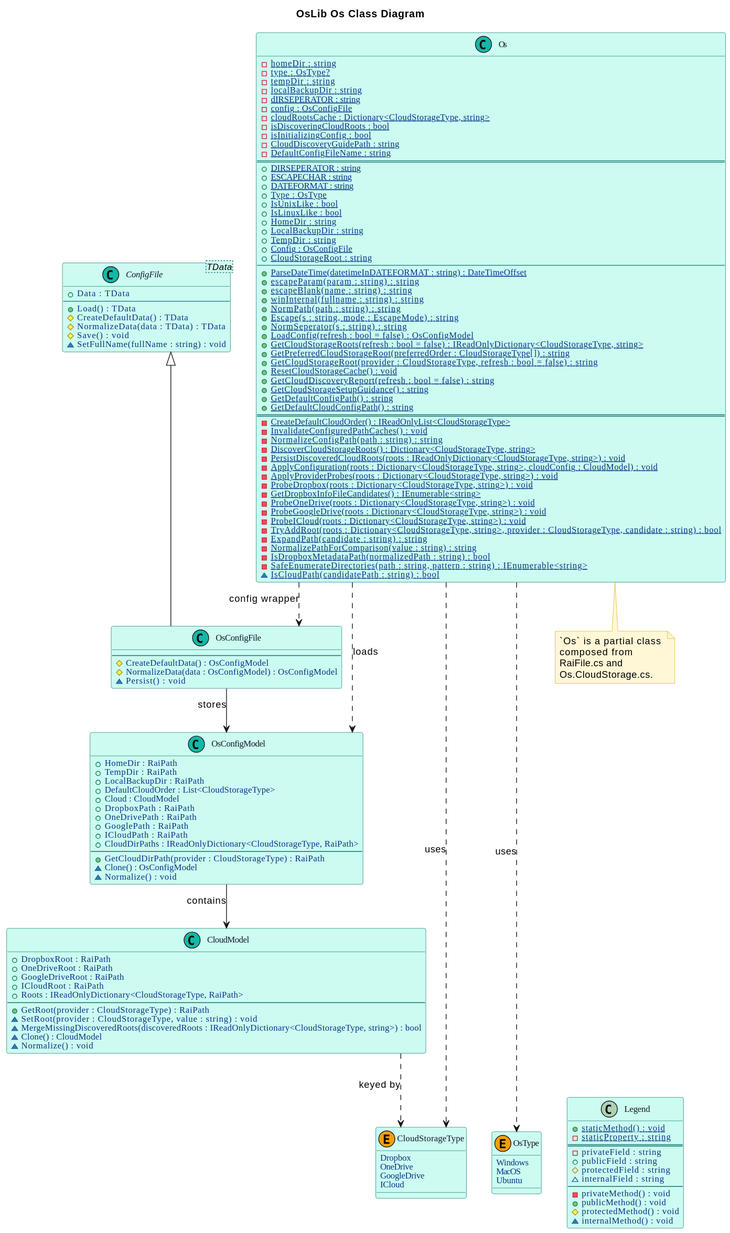
The PlantUML diagram Os-ClassDiagram.svg in Burkhardt/OsLib, before a commit.
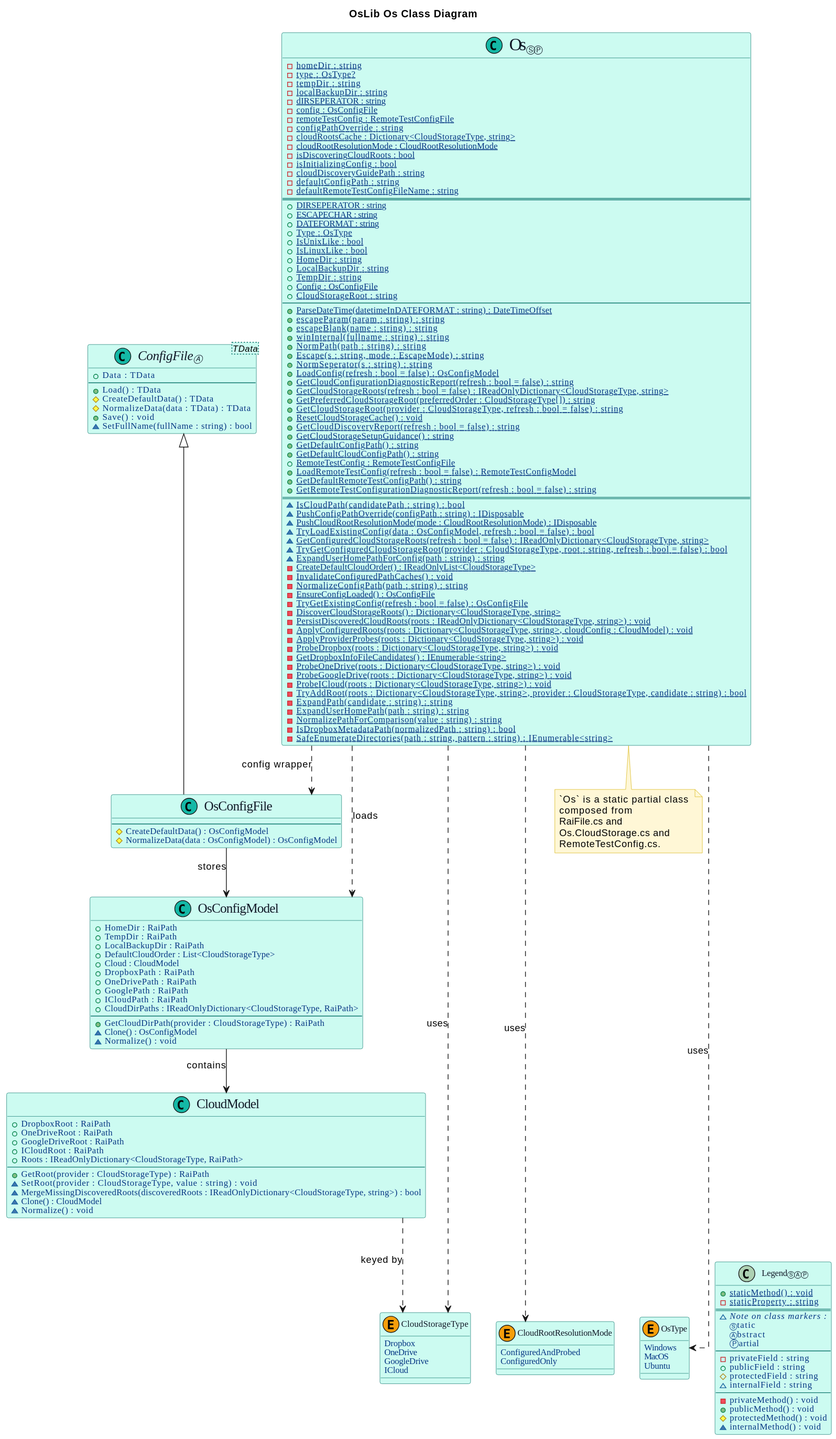
After the change.

What changed in the source:
```diff
@@ -7,13 +7,14 @@
 skinparam DiagramFontName "Casual"
 skinparam DiagramFontSize 36
 skinparam ClassFontName "Casual"
-skinparam ClassFontSize 24
+skinparam ClassFontSize 36
 skinparam ClassAttributeIconSize 10
 skinparam ClassAttributeFontName Casual
 skinparam ClassAttributeFontColor #053583
 skinparam ClassAttributeFontWeight normal
 skinparam ClassAttributeFontSize 12
 skinparam ClassMethodFontName "Casual"
+skinparam ClassMethodFontSize 12
 skinparam ClassMethodFontWeight 500
 skinparam ClassFontName "Casual"
 skinparam ClassAttributeFontStyle normal
@@ -34,16 +35,25 @@
 		MacOS
 		Ubuntu
 	}
+		enum CloudRootResolutionMode << (E,#f59e0b) >> {
+			ConfiguredAndProbed
+			ConfiguredOnly
+		}
 	enum CloudStorageType << (E,#f59e0b) >> {
 		Dropbox
 		OneDrive
 		GoogleDrive
 		ICloud
 	}
-	class "Legend" as LegendSample {
+	class "Legend<size:10>ⓈⒶⓅ</size>" as LegendSample {
 		+{static} staticMethod() : void
 		-{static} staticProperty : string
 		==
+		~<i>Note on class markers :</i>
+		<size:10>Ⓢ</size>tatic
+		<size:10>Ⓐ</size>bstract
+		Ⓟartial
+		--
 		- privateField : string
 		+ publicField : string
 		# protectedField : string
@@ -56,17 +66,17 @@
 	}
 }
 
-abstract class "ConfigFile<TData>" as ConfigFile << (C,#14b8a6) >> {
+abstract class "<size:18>ConfigFile</size>Ⓐ<TData>" as ConfigFile << (C,#14b8a6) >> {
 	+ Data : TData
 	--
 	+ Load() : TData
 	# CreateDefaultData() : TData
 	# NormalizeData(data : TData) : TData
-	# Save() : void
-	~ SetFullName(fullName : string) : void
+	+ Save() : void
+	~ SetFullName(fullName : string) : bool
 }
 
-class CloudModel << (C,#14b8a6) >> {
+class "<size:18>CloudModel</size>" as CloudModel << (C,#14b8a6) >> {
 	+ DropboxRoot : RaiPath
 	+ OneDriveRoot : RaiPath
 	+ GoogleDriveRoot : RaiPath
@@ -80,7 +90,7 @@
 	~ Normalize() : void
 }
 
-class OsConfigModel << (C,#14b8a6) >> {
+class "<size:18>OsConfigModel</size>" as OsConfigModel << (C,#14b8a6) >> {
 	+ HomeDir : RaiPath
 	+ TempDir : RaiPath
 	+ LocalBackupDir : RaiPath
@@ -97,25 +107,28 @@
 	~ Normalize() : void
 }
 
-class OsConfigFile << (C,#14b8a6) >> {
+class "<size:18>OsConfigFile</size>" as OsConfigFile << (C,#14b8a6) >> {
 	--
 	# CreateDefaultData() : OsConfigModel
 	# NormalizeData(data : OsConfigModel) : OsConfigModel
-	~ Persist() : void
 }
 
-class Os << (C,#14b8a6) >> {
+class "<size:24>Os</size>ⓈⓅ " as Os << (C,#14b8a6) >> {
 	-{static} homeDir : string
 	-{static} type : OsType?
 	-{static} tempDir : string
 	-{static} localBackupDir : string
 	-{static} dIRSEPERATOR : string
 	-{static} config : OsConfigFile
+	-{static} remoteTestConfig : RemoteTestConfigFile
+	-{static} configPathOverride : string
 	-{static} cloudRootsCache : Dictionary<CloudStorageType, string>
+	-{static} cloudRootResolutionMode : CloudRootResolutionMode
 	-{static} isDiscoveringCloudRoots : bool
 	-{static} isInitializingConfig : bool
-	-{static} CloudDiscoveryGuidePath : string
-	-{static} DefaultConfigFileName : string
+	-{static} cloudDiscoveryGuidePath : string
+	-{static} defaultConfigPath : string
+	-{static} defaultRemoteTestConfigFileName : string
 	==
 	+{static} DIRSEPERATOR : string
 	+{static} ESCAPECHAR : string
@@ -137,6 +150,7 @@
 	+{static} Escape(s : string, mode : EscapeMode) : string
 	+{static} NormSeperator(s : string) : string
 	+{static} LoadConfig(refresh : bool = false) : OsConfigModel
+	+{static} GetCloudConfigurationDiagnosticReport(refresh : bool = false) : string
 	+{static} GetCloudStorageRoots(refresh : bool = false) : IReadOnlyDictionary<CloudStorageType, string>
 	+{static} GetPreferredCloudStorageRoot(preferredOrder : CloudStorageType[]) : string
 	+{static} GetCloudStorageRoot(provider : CloudStorageType, refresh : bool = false) : string
@@ -145,13 +159,26 @@
 	+{static} GetCloudStorageSetupGuidance() : string
 	+{static} GetDefaultConfigPath() : string
 	+{static} GetDefaultCloudConfigPath() : string
+	+{static} RemoteTestConfig : RemoteTestConfigFile
+	+{static} LoadRemoteTestConfig(refresh : bool = false) : RemoteTestConfigModel
+	+{static} GetDefaultRemoteTestConfigPath() : string
+	+{static} GetRemoteTestConfigurationDiagnosticReport(refresh : bool = false) : string
 	==
+	~{static} IsCloudPath(candidatePath : string) : bool
+	~{static} PushConfigPathOverride(configPath : string) : IDisposable
+	~{static} PushCloudRootResolutionMode(mode : CloudRootResolutionMode) : IDisposable
+	~{static} TryLoadExistingConfig(data : OsConfigModel, refresh : bool = false) : bool
+	~{static} GetConfiguredCloudStorageRoots(refresh : bool = false) : IReadOnlyDictionary<CloudStorageType, string>
+	~{static} TryGetConfiguredCloudStorageRoot(provider : CloudStorageType, root : string, refresh : bool = false) : bool
+	~{static} ExpandUserHomePathForConfig(path : string) : string
 	-{static} CreateDefaultCloudOrder() : IReadOnlyList<CloudStorageType>
 	-{static} InvalidateConfiguredPathCaches() : void
 	-{static} NormalizeConfigPath(path : string) : string
+	-{static} EnsureConfigLoaded() : OsConfigFile
+	-{static} TryGetExistingConfig(refresh : bool = false) : OsConfigFile
 	-{static} DiscoverCloudStorageRoots() : Dictionary<CloudStorageType, string>
 	-{static} PersistDiscoveredCloudRoots(roots : IReadOnlyDictionary<CloudStorageType, string>) : void
-	-{static} ApplyConfiguration(roots : Dictionary<CloudStorageType, string>, cloudConfig : CloudModel) : void
+	-{static} ApplyConfiguredRoots(roots : Dictionary<CloudStorageType, string>, cloudConfig : CloudModel) : void
 	-{static} ApplyProviderProbes(roots : Dictionary<CloudStorageType, string>) : void
 	-{static} ProbeDropbox(roots : Dictionary<CloudStorageType, string>) : void
 	-{static} GetDropboxInfoFileCandidates() : IEnumerable<string>
@@ -160,13 +187,14 @@
 	-{static} ProbeICloud(roots : Dictionary<CloudStorageType, string>) : void
 	-{static} TryAddRoot(roots : Dictionary<CloudStorageType, string>, provider : CloudStorageType, candidate : string) : bool
 	-{static} ExpandPath(candidate : string) : string
+	-{static} ExpandUserHomePath(path : string) : string
 	-{static} NormalizePathForComparison(value : string) : string
 	-{static} IsDropboxMetadataPath(normalizedPath : string) : bool
 	-{static} SafeEnumerateDirectories(path : string, pattern : string) : IEnumerable<string>
-	~{static} IsCloudPath(candidatePath : string) : bool
 }
 
 Os ..> OsType : uses
+Os ..> CloudRootResolutionMode : uses
 Os ..> CloudStorageType : uses
 ConfigFile <|-- OsConfigFile
 OsConfigFile --> OsConfigModel : stores
@@ -176,9 +204,10 @@
 Os ..> OsConfigModel : loads
 
 note bottom of Os
-	`Os` is a partial class
+	`Os` is a static partial class
 	composed from
 	RaiFile.cs and
-	Os.CloudStorage.cs.
+	Os.CloudStorage.cs and
+	RemoteTestConfig.cs.
 end note
 @enduml
```
